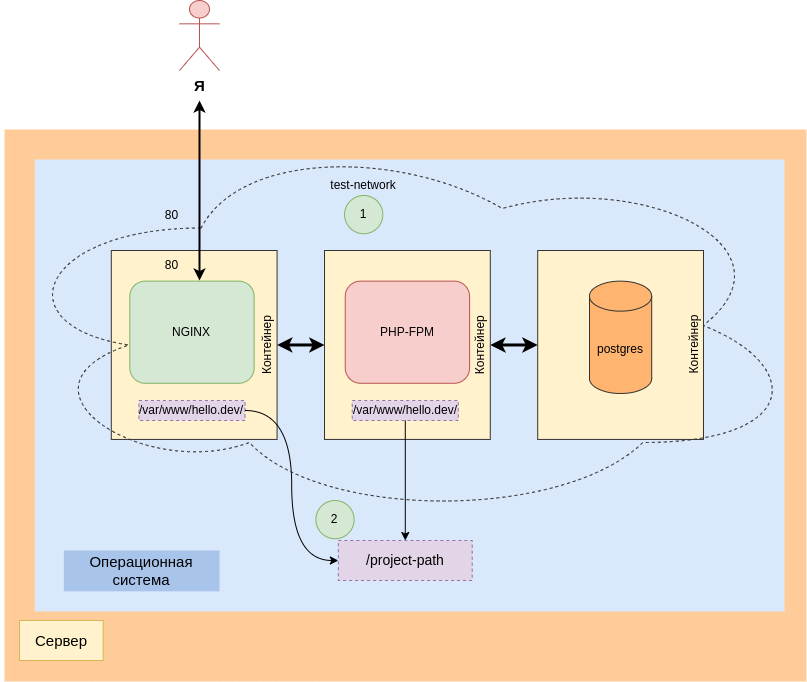
Before: assets/img/posts/docker-for-kids/docker-compose.drawio.png, a diagram exported from draw.io (ildarsaitkulov/ildarsaitkulov.github.io). Source tidied: cells renumbered, new cells last; positions are measured from the earlier drawing's top-left corner, leaving out a move shared by most shapes.
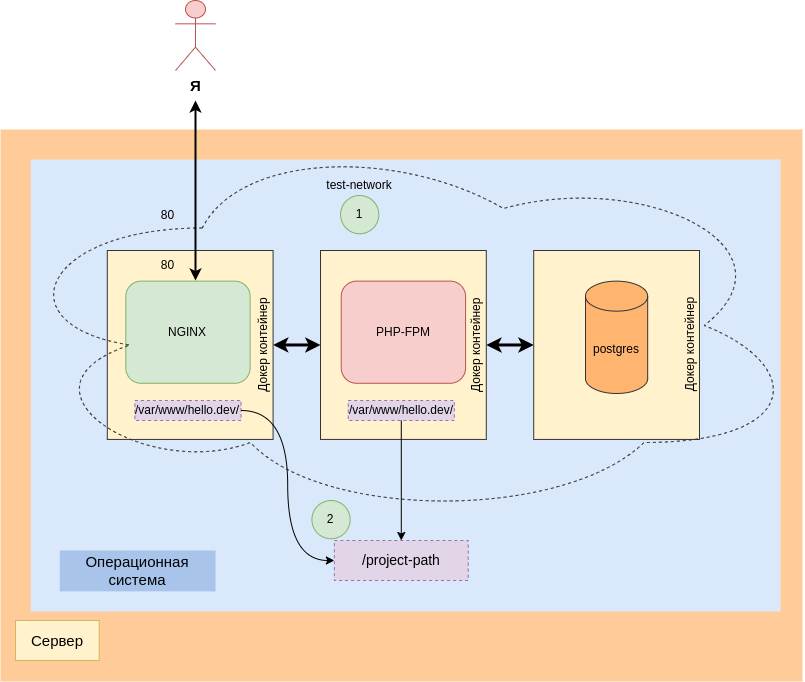
The same file after the commit.

Change to the diagram source:
```diff
@@ -23,7 +23,7 @@
     <mxCell id="8" style="group;" parent="7" vertex="1">
       <mxGeometry width="165.8" height="188.9" as="geometry" />
     </mxCell>
-    <mxCell id="9" value="Контейнер" style="rounded=0;whiteSpace=wrap;html=1;fillColor=#FFF2CC;verticalAlign=bottom;horizontal=0;strokeColor=#333333;" parent="8" vertex="1">
+    <mxCell id="9" value="Докер контейнер" style="rounded=0;whiteSpace=wrap;html=1;fillColor=#FFF2CC;verticalAlign=bottom;horizontal=0;strokeColor=#333333;" parent="8" vertex="1">
       <mxGeometry x="-4.5" width="165.8" height="188.9" as="geometry" />
     </mxCell>
     <mxCell id="10" value="NGINX" style="rounded=1;whiteSpace=wrap;html=1;fillColor=#d5e8d4;strokeColor=#82b366;" parent="8" vertex="1">
@@ -39,9 +39,9 @@
       <mxGeometry relative="1" as="geometry" />
     </mxCell>
     <mxCell id="14" style="group;strokeColor=none;horizontal=1;verticalAlign=bottom;labelPosition=left;verticalLabelPosition=top;align=center;" parent="1" vertex="1">
-      <mxGeometry x="537.2" y="250" width="165.8" height="188.9" as="geometry" />
+      <mxGeometry x="537.2" y="250" width="270.9" height="270" as="geometry" />
     </mxCell>
-    <mxCell id="15" value="Контейнер" style="rounded=0;whiteSpace=wrap;html=1;fillColor=#FFF2CC;verticalAlign=bottom;horizontal=0;strokeColor=#333333;" parent="14" vertex="1">
+    <mxCell id="15" value="Докер контейнер" style="rounded=0;whiteSpace=wrap;html=1;fillColor=#FFF2CC;verticalAlign=bottom;horizontal=0;strokeColor=#333333;" parent="14" vertex="1">
       <mxGeometry width="165.8" height="188.9" as="geometry" />
     </mxCell>
     <mxCell id="16" value="postgres" style="shape=cylinder3;whiteSpace=wrap;html=1;boundedLbl=1;backgroundOutline=1;size=15;fillColor=#FFB570;strokeColor=#333333;" parent="14" vertex="1">
@@ -50,6 +50,9 @@
     <mxCell id="17" style="edgeStyle=orthogonalEdgeStyle;rounded=0;orthogonalLoop=1;jettySize=auto;html=1;exitX=0.5;exitY=1;exitDx=0;exitDy=0;" parent="14" edge="1" source="15" target="15">
       <mxGeometry relative="1" as="geometry" />
     </mxCell>
+    <mxCell id="27" style="ellipse;shape=cloud;whiteSpace=wrap;html=1;dashed=1;strokeColor=#333333;fillColor=none;" parent="14" vertex="1">
+      <mxGeometry x="-532.2" y="-120" width="803.1" height="390" as="geometry" />
+    </mxCell>
     <mxCell id="18" style="endArrow=classic;html=1;rounded=0;strokeWidth=1;fontSize=12;fillColor=#333333;exitX=1;exitY=0.5;exitDx=0;exitDy=0;entryX=0;entryY=0.5;entryDx=0;entryDy=0;edgeStyle=orthogonalEdgeStyle;curved=1;" parent="1" edge="1" source="11" target="25">
       <mxGeometry relative="1" as="geometry" />
     </mxCell>
@@ -59,7 +62,7 @@
     <mxCell id="20" style="group;" parent="1" vertex="1">
       <mxGeometry x="324" y="250" width="458.9" height="305" as="geometry" />
     </mxCell>
-    <mxCell id="21" value="Контейнер" style="rounded=0;whiteSpace=wrap;html=1;fillColor=#FFF2CC;verticalAlign=bottom;horizontal=0;strokeColor=#333333;" parent="20" vertex="1">
+    <mxCell id="21" value="Докер контейнер" style="rounded=0;whiteSpace=wrap;html=1;fillColor=#FFF2CC;verticalAlign=bottom;horizontal=0;strokeColor=#333333;" parent="20" vertex="1">
       <mxGeometry width="165.8" height="188.9" as="geometry" />
     </mxCell>
     <mxCell id="22" value="PHP-FPM" style="rounded=1;whiteSpace=wrap;html=1;fillColor=#f8cecc;strokeColor=#b85450;" parent="20" vertex="1">
@@ -77,9 +80,6 @@
     <mxCell id="26" style="endArrow=classic;html=1;rounded=0;strokeWidth=1;fontSize=12;fillColor=#333333;curved=1;entryX=0.5;entryY=0;entryDx=0;entryDy=0;exitX=0.5;exitY=1;exitDx=0;exitDy=0;" parent="1" edge="1" source="24" target="25">
       <mxGeometry relative="1" as="geometry" />
     </mxCell>
-    <mxCell id="27" style="ellipse;shape=cloud;whiteSpace=wrap;html=1;dashed=1;strokeColor=#333333;fillColor=none;" parent="1" vertex="1">
-      <mxGeometry x="-0.1" y="130" width="803.1" height="390" as="geometry" />
-    </mxCell>
     <mxCell id="28" value="test-network" style="text;html=1;strokeColor=none;fillColor=none;align=center;verticalAlign=middle;whiteSpace=wrap;rounded=0;dashed=1;fontSize=12;" parent="1" vertex="1">
       <mxGeometry x="325" y="170" width="76.5" height="30" as="geometry" />
     </mxCell>
```
